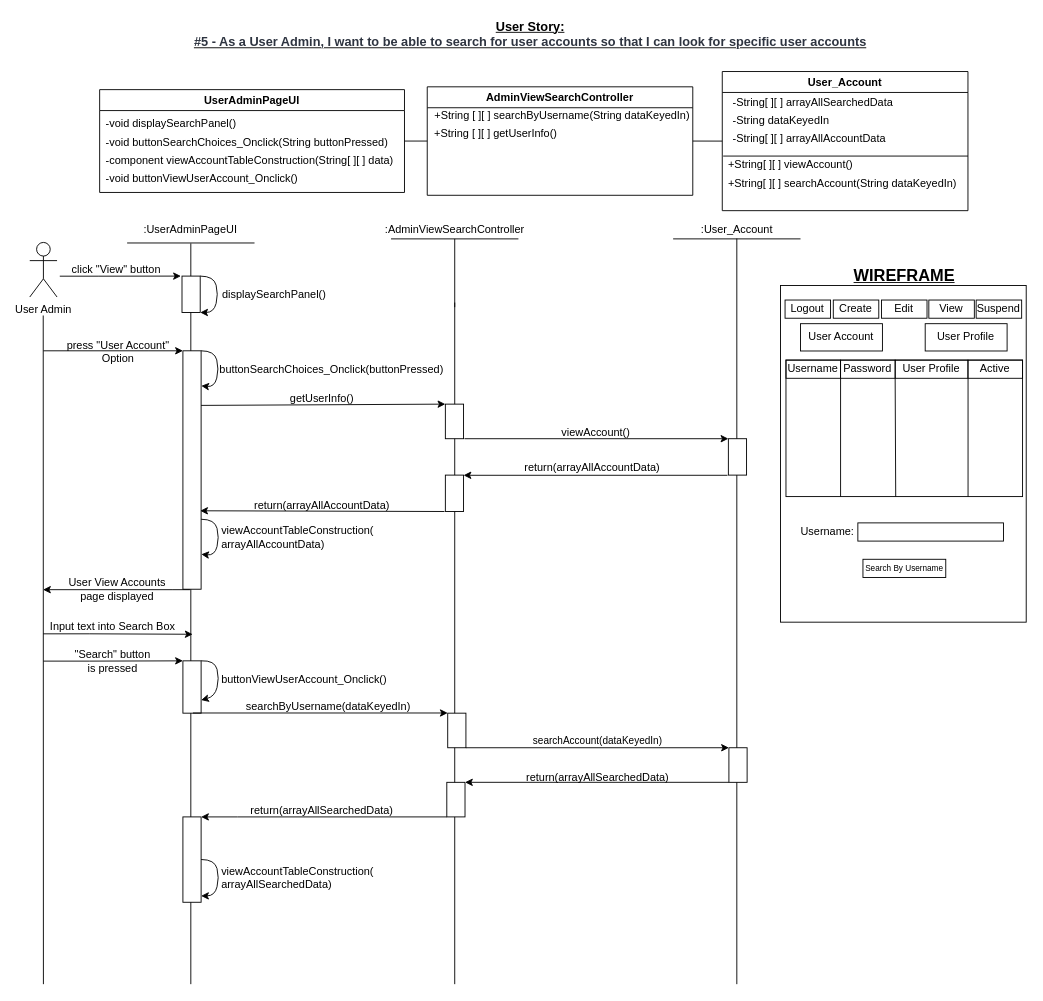
Earlier version of the draw.io diagram BCE_UML_and_Diagrams/UserAdmin/UserAdmin_ViewSearchAccount(#5&6)/UserStory#5_SearchAccount.drawio (extred5700/JAVAGUI-Restaurant-Table-Order-System). Source tidied: cells renumbered, new cells numbered last; positions are measured from the earlier drawing's top-left corner, leaving out a move shared by most shapes. Both pictures are drawn from the tidied source at 91%, with x=0, y=0 at pixel (29, 15).
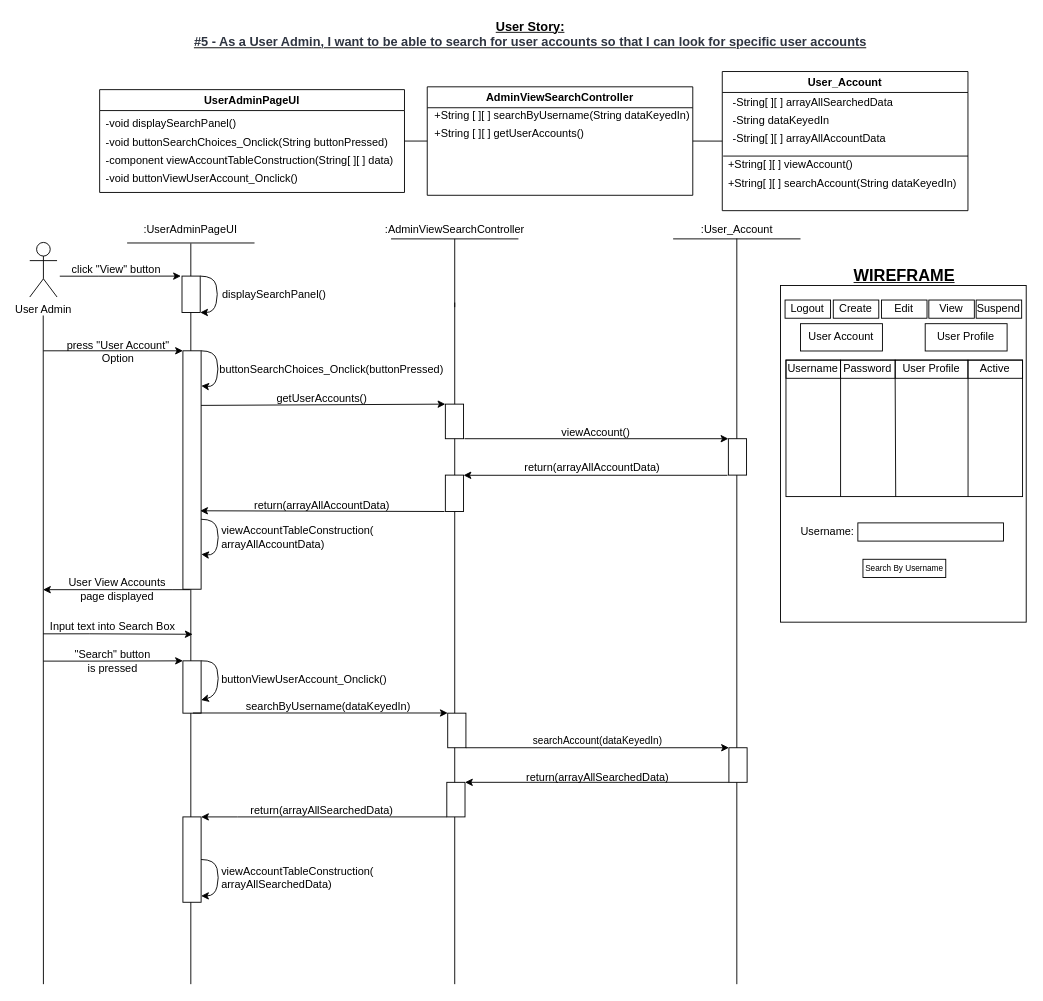
After the change.

Unchanged cells that the change refers to:
```xml
<mxCell id="10" value="AdminViewSearchController" style="swimlane;" parent="1" vertex="1">
  <mxGeometry x="437" y="77.9" width="291.8" height="119.2" as="geometry" />
</mxCell>
```

Diff of the diagram source:
```diff
@@
-    <mxCell id="12" value="&lt;div style=&quot;text-align: left&quot;&gt;+String [ ][ ] getUserInfo()&lt;/div&gt;" style="text;html=1;align=center;verticalAlign=middle;strokeColor=none;fillColor=none;" parent="10" vertex="1">
-      <mxGeometry y="42.1" width="150" height="20" as="geometry" />
+    <mxCell id="12" value="&lt;div style=&quot;text-align: left&quot;&gt;+String [ ][ ] getUserAccounts()&lt;/div&gt;" style="text;html=1;align=center;verticalAlign=middle;strokeColor=none;fillColor=none;" parent="10" vertex="1">
+      <mxGeometry y="42.1" width="180" height="20" as="geometry" />
     </mxCell>
@@
-    <mxCell id="65" value="getUserInfo()" style="text;html=1;align=center;verticalAlign=middle;strokeColor=none;fillColor=none;" parent="1" vertex="1">
-      <mxGeometry x="275.9" y="410.6" width="90" height="20" as="geometry" />
+    <mxCell id="65" value="getUserAccounts()" style="text;html=1;align=center;verticalAlign=middle;strokeColor=none;fillColor=none;" parent="1" vertex="1">
+      <mxGeometry x="265.9" y="410.6" width="110" height="20" as="geometry" />
     </mxCell>
```
